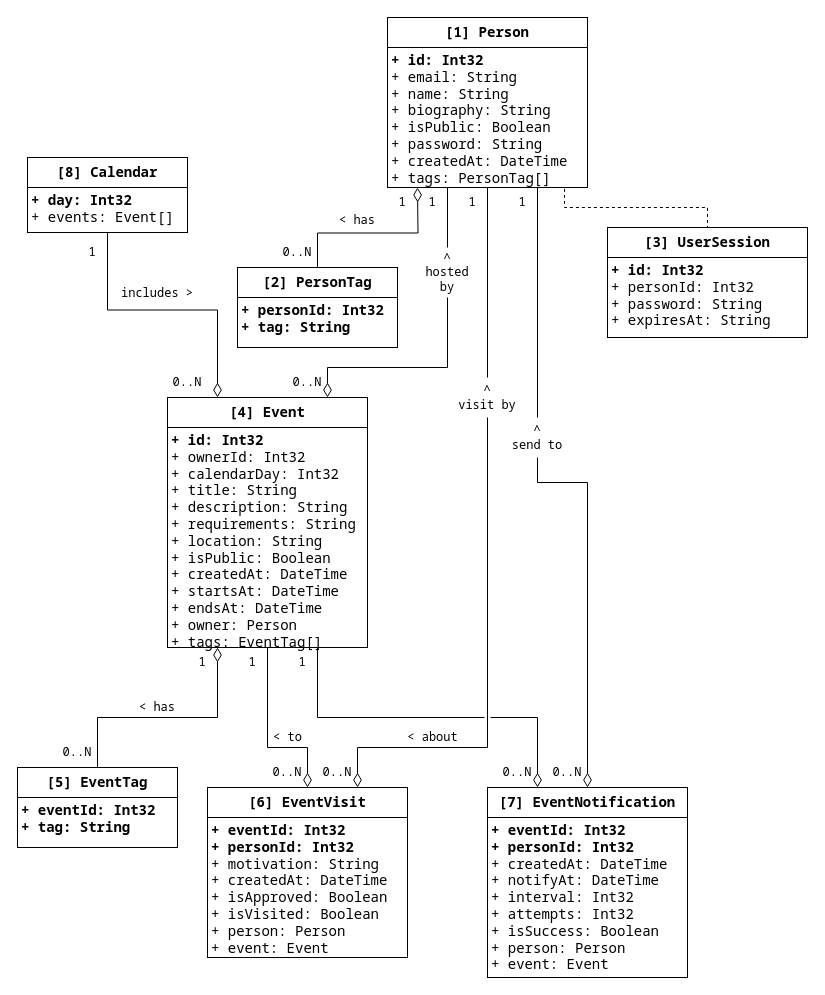
Before: page "Application" (2 of 2) of science/2023-11-28-datamodel.drawio in dmitriynaumov1024/practice-events, a draw.io diagram. Source tidied: cells renumbered, new cells numbered last; positions are measured from the earlier drawing's top-left corner, leaving out a move shared by most shapes. Both pictures are drawn from the tidied source at 100%, with x=0, y=0 at pixel (17, 17).
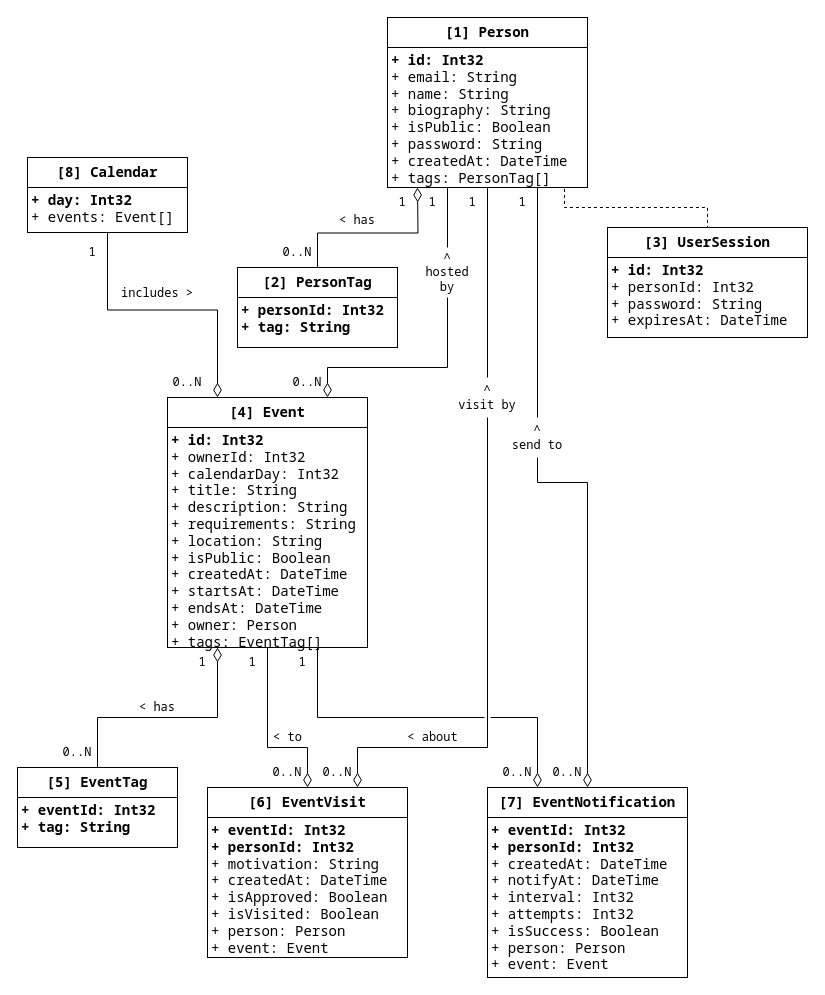
The same diagram, later.

What changed in the source:
```diff
@@
-    <mxCell id="11" value="&lt;div&gt;&lt;b&gt;+ id: Int32&amp;nbsp;&lt;/b&gt;&lt;/div&gt;&lt;div&gt;+ personId: Int32&amp;nbsp;&lt;/div&gt;&lt;div&gt;+ password: String&amp;nbsp;&lt;/div&gt;&lt;div&gt;+ expiresAt: String&lt;/div&gt;" style="rounded=0;whiteSpace=wrap;html=1;fontFamily=Noto Sans Mono;fontSize=14;spacing=0;spacingLeft=4;verticalAlign=top;align=left;" parent="1" vertex="1">
+    <mxCell id="11" value="&lt;div&gt;&lt;b&gt;+ id: Int32&amp;nbsp;&lt;/b&gt;&lt;/div&gt;&lt;div&gt;+ personId: Int32&amp;nbsp;&lt;/div&gt;&lt;div&gt;+ password: String&amp;nbsp;&lt;/div&gt;&lt;div&gt;+ expiresAt: DateTime&lt;/div&gt;" style="rounded=0;whiteSpace=wrap;html=1;fontFamily=Noto Sans Mono;fontSize=14;spacing=0;spacingLeft=4;verticalAlign=top;align=left;" parent="1" vertex="1">
       <mxGeometry x="590" y="240" width="200" height="80" as="geometry" />
     </mxCell>
```
